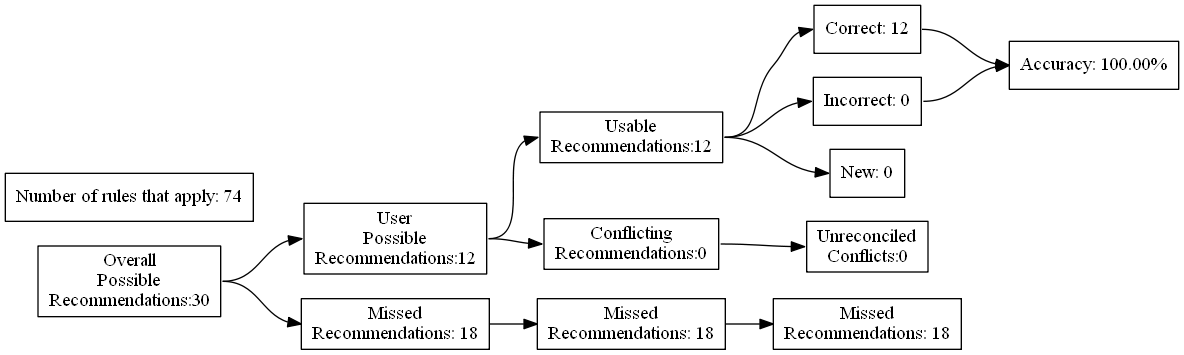
Above: test_renders/27.gv.png in ZaxR/ibd_diet_analysis (Graphviz), before the change. Its source is kept beside it as test_renders/27.gv. The source it was exported from:
```dot
digraph {
	graph [rankdir=LR]
	node [pos=r shape=box]
	edge [headport=w tailport=e]
		A [label="Overall
Possible
Recommendations:30"]
		B [label="User
Possible
Recommendations:12"]
		C [label="Missed
Recommendations: 18"]
		D [label="Usable
Recommendations:12"]
		E [label="Conflicting
Recommendations:0"]
		J [label="Missed
Recommendations: 18"]
		M [label="Unreconciled
Conflicts:0"]
		F [label="Correct: 12"]
		G [label="Incorrect: 0"]
		H [label="New: 0"]
		K [label="Missed
Recommendations: 18"]
		I [label="Accuracy: 100.00%"]
		l [label="Number of rules that apply: 74"]
			A -> B
			A -> C
			B -> D
			B -> E
			D -> F
			D -> G
			D -> H
			F -> I
			G -> I
			C -> J
			J -> K
			E -> M
}
```
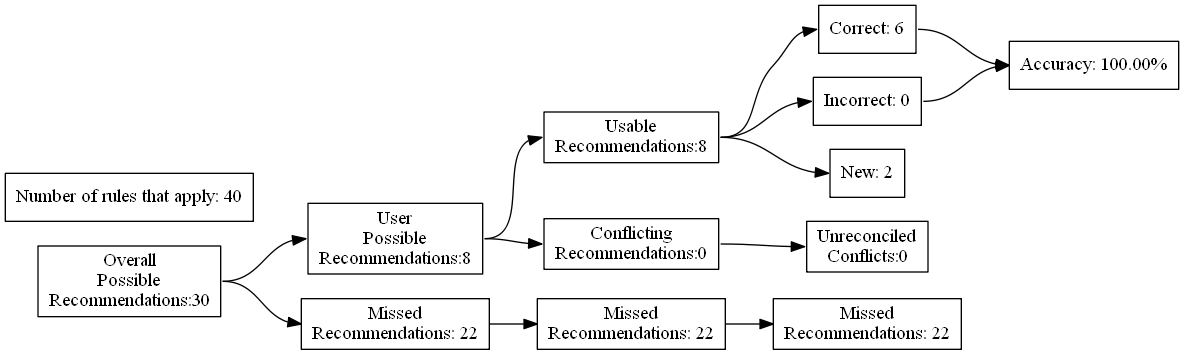
Above is the later version.

What changed in the source:
```diff
@@ -7,24 +7,24 @@
 Recommendations:30"]
 		B [label="User
 Possible
-Recommendations:12"]
+Recommendations:8"]
 		C [label="Missed
-Recommendations: 18"]
+Recommendations: 22"]
 		D [label="Usable
-Recommendations:12"]
+Recommendations:8"]
 		E [label="Conflicting
 Recommendations:0"]
 		J [label="Missed
-Recommendations: 18"]
+Recommendations: 22"]
 		M [label="Unreconciled
 Conflicts:0"]
-		F [label="Correct: 12"]
+		F [label="Correct: 6"]
 		G [label="Incorrect: 0"]
-		H [label="New: 0"]
+		H [label="New: 2"]
 		K [label="Missed
-Recommendations: 18"]
+Recommendations: 22"]
 		I [label="Accuracy: 100.00%"]
-		l [label="Number of rules that apply: 74"]
+		l [label="Number of rules that apply: 40"]
 			A -> B
 			A -> C
 			B -> D
```
